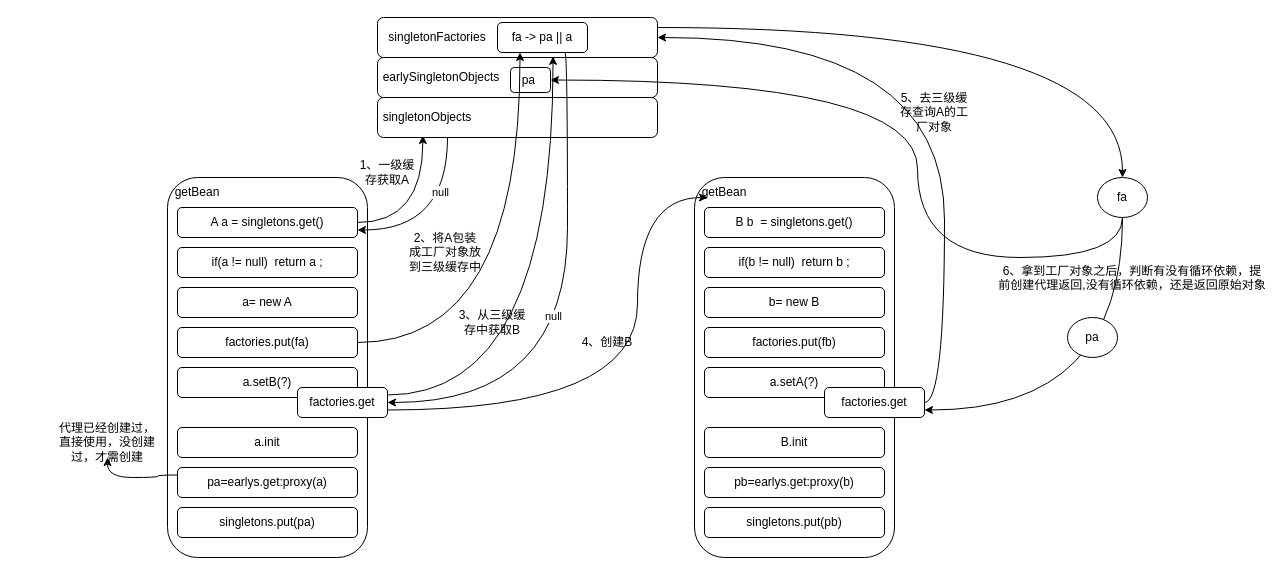
Above: 高级/循环依赖.drawio in Chaimek/LearnPictures (draw.io), before the change. Source tidied: cells renumbered, new cells numbered last; positions are measured from the earlier drawing's top-left corner, leaving out a move shared by most shapes. Both pictures are drawn from the tidied source at 100%, with x=0, y=0 at pixel (57, 17).
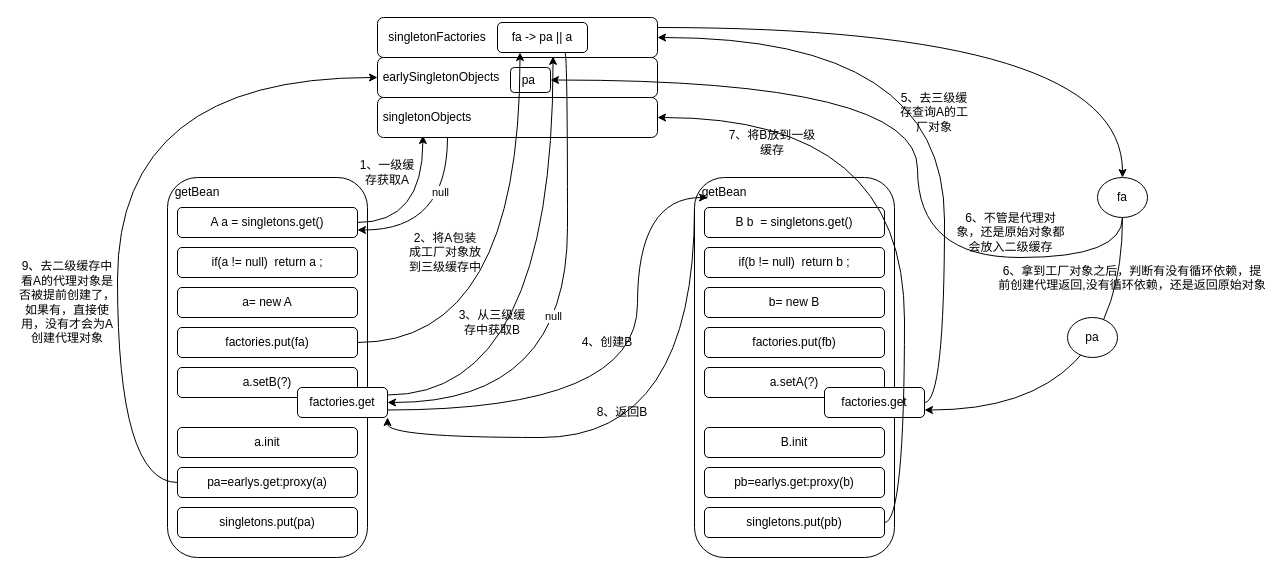
The same diagram, later.

Commit message (it also covers changes not shown here):
更新循环依赖.drawio

Unchanged cells that the change refers to:
```xml
<mxCell id="10" value="factories.get" style="rounded=1;whiteSpace=wrap;html=1;" parent="1" vertex="1">
  <mxGeometry x="240" y="370" width="90" height="30" as="geometry" />
</mxCell>
<mxCell id="13" value="pa=earlys.get:proxy(a)" style="rounded=1;whiteSpace=wrap;html=1;" parent="1" vertex="1">
  <mxGeometry x="120" y="450" width="180" height="30" as="geometry" />
</mxCell>
<mxCell id="17" style="rounded=1;whiteSpace=wrap;html=1;" parent="1" vertex="1">
  <mxGeometry x="320" y="40" width="280" height="40" as="geometry" />
</mxCell>
<mxCell id="20" style="rounded=1;whiteSpace=wrap;html=1;" parent="1" vertex="1">
  <mxGeometry x="320" y="80" width="280" height="40" as="geometry" />
</mxCell>
<mxCell id="29" value="getBean" style="text;html=1;strokeColor=none;fillColor=none;align=center;verticalAlign=middle;whiteSpace=wrap;rounded=0;" parent="1" vertex="1">
  <mxGeometry x="637" y="160" width="60" height="30" as="geometry" />
</mxCell>
<mxCell id="39" value="singletons.put(pb)" style="rounded=1;whiteSpace=wrap;html=1;" parent="1" vertex="1">
  <mxGeometry x="647" y="490" width="180" height="30" as="geometry" />
</mxCell>
```

Change to the diagram source:
```diff
@@
-    <mxCell id="12" style="edgeStyle=orthogonalEdgeStyle;rounded=0;jettySize=auto;html=1;exitX=0;exitY=0.25;exitDx=0;exitDy=0;curved=1;" parent="1" edge="1" source="13" target="52">
-      <mxGeometry relative="1" as="geometry" />
-    </mxCell>
+    <mxCell id="54" style="edgeStyle=orthogonalEdgeStyle;rounded=0;jettySize=auto;html=1;exitX=0;exitY=0.5;exitDx=0;exitDy=0;entryX=0;entryY=0.5;entryDx=0;entryDy=0;curved=1;" parent="1" edge="1" source="13" target="17">
+      <mxGeometry relative="1" as="geometry">
+        <Array as="points">
+          <mxPoint x="60" y="465" />
+          <mxPoint x="60" y="60" />
+        </Array>
+      </mxGeometry>
+    </mxCell>
@@
+    <mxCell id="55" style="edgeStyle=orthogonalEdgeStyle;rounded=0;jettySize=auto;html=1;exitX=0;exitY=1;exitDx=0;exitDy=0;entryX=1;entryY=1;entryDx=0;entryDy=0;curved=1;" parent="1" edge="1" source="29" target="10">
+      <mxGeometry relative="1" as="geometry" />
+    </mxCell>
@@
+    <mxCell id="56" style="edgeStyle=orthogonalEdgeStyle;rounded=0;jettySize=auto;html=1;exitX=1;exitY=0.5;exitDx=0;exitDy=0;entryX=1;entryY=0.5;entryDx=0;entryDy=0;curved=1;" parent="1" edge="1" source="39" target="20">
+      <mxGeometry relative="1" as="geometry" />
+    </mxCell>
@@
-    <mxCell id="52" value="代理已经创建过，直接使用，没创建过，才需创建" style="text;html=1;strokeColor=none;fillColor=none;align=center;verticalAlign=middle;whiteSpace=wrap;rounded=0;" parent="1" vertex="1">
-      <mxGeometry y="410" width="100" height="30" as="geometry" />
+    <mxCell id="52" value="9、去二级缓存中看A的代理对象是否被提前创建了，如果有，直接使用，没有才会为A创建代理对象" style="text;html=1;strokeColor=none;fillColor=none;align=center;verticalAlign=middle;whiteSpace=wrap;rounded=0;" parent="1" vertex="1">
+      <mxGeometry x="-40" y="270" width="100" height="30" as="geometry" />
     </mxCell>
@@
+    <mxCell id="57" value="6、不管是代理对象，还是原始对象都会放入二级缓存" style="text;html=1;strokeColor=none;fillColor=none;align=center;verticalAlign=middle;whiteSpace=wrap;rounded=0;" parent="1" vertex="1">
+      <mxGeometry x="897" y="200" width="113" height="30" as="geometry" />
+    </mxCell>
+    <mxCell id="58" value="7、将B放到一级缓存" style="text;html=1;strokeColor=none;fillColor=none;align=center;verticalAlign=middle;whiteSpace=wrap;rounded=0;" parent="1" vertex="1">
+      <mxGeometry x="670" y="110" width="90" height="30" as="geometry" />
+    </mxCell>
+    <mxCell id="59" value="8、返回B" style="text;html=1;strokeColor=none;fillColor=none;align=center;verticalAlign=middle;whiteSpace=wrap;rounded=0;" parent="1" vertex="1">
+      <mxGeometry x="510" y="380" width="110" height="30" as="geometry" />
+    </mxCell>
```
